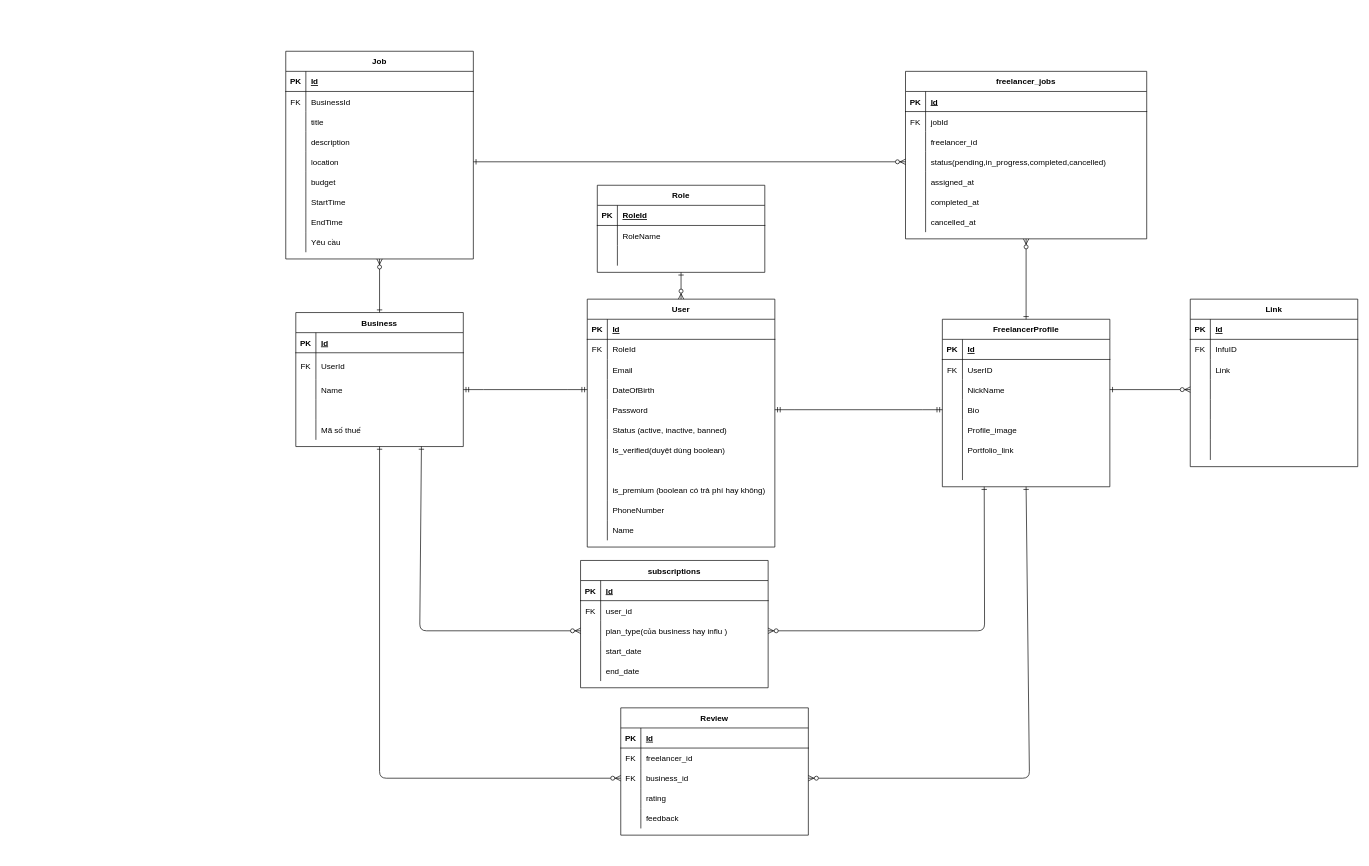
This is Biểu đồ không có tiêu đề.drawio from carrotnie/exe2, a draw.io file, before an edit. Source tidied: cells renumbered, new cells numbered last; positions are measured from the earlier drawing's top-left corner, leaving out a move shared by most shapes. Both pictures are drawn from the tidied source at 67%, with x=0, y=0 at pixel (285, 51).
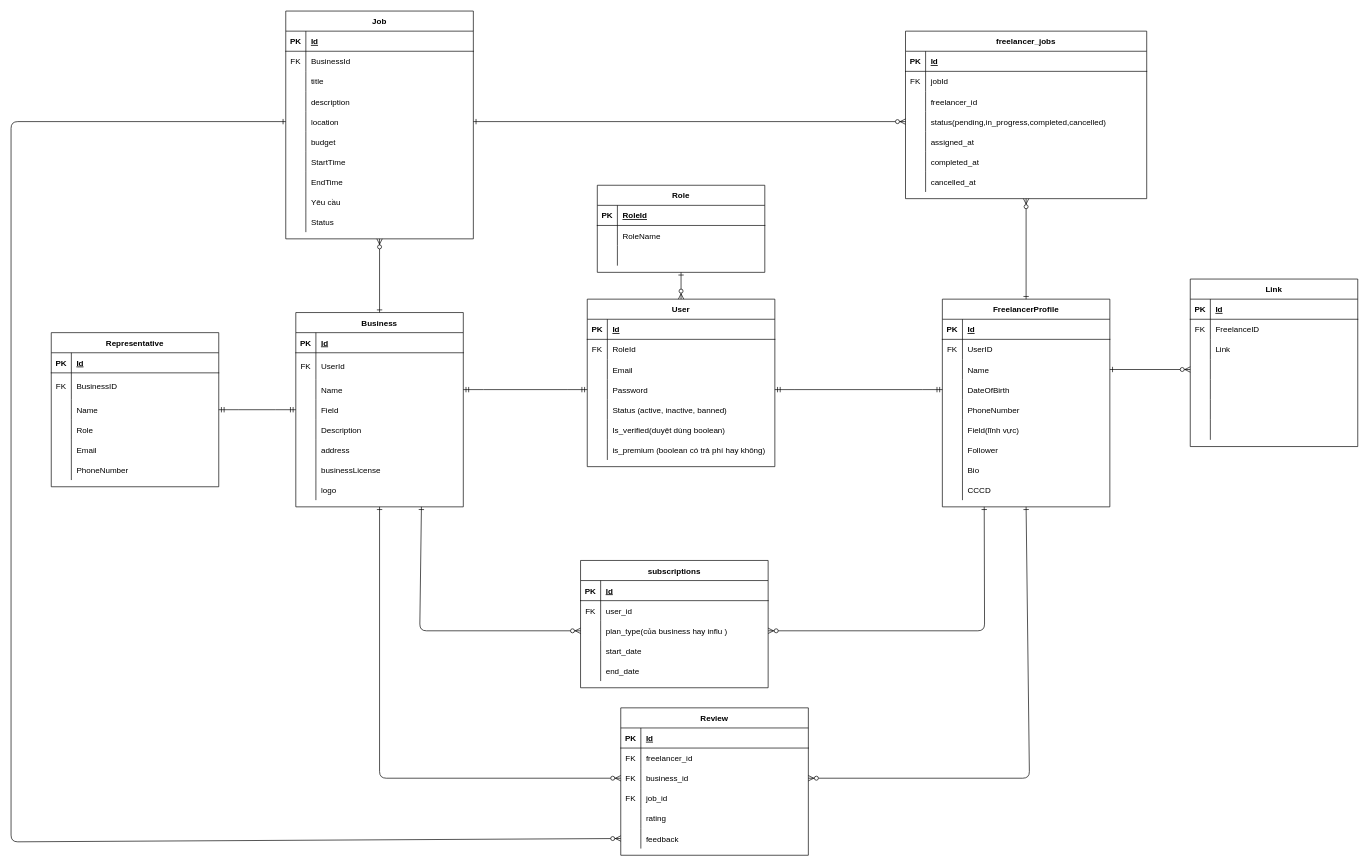
The same diagram, later.

Commit message:
Cập nhật Biểu đồ không có tiêu đề.drawio

The change refers to these unchanged cells:
```xml
<mxCell id="9" style="shape=partialRectangle;fillColor=none;points=[[0,0.5],[1,0.5]];portConstraint=eastwest;top=0;left=0;right=0;bottom=0;" parent="2" vertex="1">
  <mxGeometry y="90" width="250" height="30" as="geometry" />
</mxCell>
<mxCell id="12" style="shape=partialRectangle;fillColor=none;points=[[0,0.5],[1,0.5]];portConstraint=eastwest;top=0;left=0;right=0;bottom=0;" parent="2" vertex="1">
  <mxGeometry y="120" width="250" height="30" as="geometry" />
</mxCell>
<mxCell id="15" style="shape=partialRectangle;fillColor=none;top=0;left=0;right=0;bottom=0;" parent="2" vertex="1">
  <mxGeometry y="150" width="250" height="30" as="geometry" />
</mxCell>
<mxCell id="18" style="shape=partialRectangle;fillColor=none;top=0;left=0;right=0;bottom=0;" parent="2" vertex="1">
  <mxGeometry y="180" width="250" height="30" as="geometry" />
</mxCell>
<mxCell id="21" style="shape=partialRectangle;fillColor=none;top=0;left=0;right=0;bottom=0;" parent="2" vertex="1">
  <mxGeometry y="210" width="250" height="30" as="geometry" />
</mxCell>
<mxCell id="76" style="shape=partialRectangle;fillColor=none;points=[[0,0.5],[1,0.5]];portConstraint=eastwest;top=0;left=0;right=0;bottom=0;" parent="69" vertex="1">
  <mxGeometry y="100" width="250" height="30" as="geometry" />
</mxCell>
<mxCell id="79" style="shape=partialRectangle;fillColor=none;points=[[0,0.5],[1,0.5]];portConstraint=eastwest;top=0;left=0;right=0;bottom=0;" parent="69" vertex="1">
  <mxGeometry y="130" width="250" height="30" as="geometry" />
</mxCell>
<mxCell id="82" style="shape=partialRectangle;fillColor=none;top=0;left=0;right=0;bottom=0;" parent="69" vertex="1">
  <mxGeometry y="160" width="250" height="30" as="geometry" />
</mxCell>
<mxCell id="100" style="shape=partialRectangle;fillColor=none;points=[[0,0.5],[1,0.5]];portConstraint=eastwest;top=0;left=0;right=0;bottom=0;" parent="87" vertex="1">
  <mxGeometry y="150" width="280" height="30" as="geometry" />
</mxCell>
<mxCell id="180" style="shape=partialRectangle;fillColor=none;top=0;left=0;right=0;bottom=0;" parent="176" vertex="1">
  <mxGeometry y="60" width="250" height="30" as="geometry" />
</mxCell>
```

What changed in the source:
```diff
@@
     <mxCell id="2" value="FreelancerProfile" style="shape=table;startSize=30;childLayout=tableLayout;rowLines=0;fontStyle=1;align=center;" parent="1" vertex="1">
-      <mxGeometry x="980" y="400" width="250" height="250" as="geometry" />
+      <mxGeometry x="980" y="370" width="250" height="310" as="geometry" />
     </mxCell>
@@
-    <mxCell id="11" value="NickName" style="shape=partialRectangle;overflow=hidden;fillColor=none;top=0;left=0;bottom=0;right=0;align=left;spacingLeft=6;" parent="9" vertex="1">
+    <mxCell id="11" value="Name" style="shape=partialRectangle;overflow=hidden;fillColor=none;top=0;left=0;bottom=0;right=0;align=left;spacingLeft=6;" parent="9" vertex="1">
       <mxGeometry x="30" width="220" height="30" as="geometry" />
     </mxCell>
@@
-    <mxCell id="14" value="Bio" style="shape=partialRectangle;overflow=hidden;fillColor=none;top=0;left=0;bottom=0;right=0;align=left;spacingLeft=6;" parent="12" vertex="1">
+    <mxCell id="14" value="DateOfBirth" style="shape=partialRectangle;overflow=hidden;fillColor=none;top=0;left=0;bottom=0;right=0;align=left;spacingLeft=6;" parent="12" vertex="1">
       <mxGeometry x="30" width="220" height="30" as="geometry" />
     </mxCell>
@@
-    <mxCell id="17" value="Profile_image" style="shape=partialRectangle;overflow=hidden;fillColor=none;top=0;left=0;bottom=0;right=0;align=left;spacingLeft=6;" parent="15" vertex="1">
+    <mxCell id="17" value="PhoneNumber" style="shape=partialRectangle;overflow=hidden;fillColor=none;top=0;left=0;bottom=0;right=0;align=left;spacingLeft=6;" parent="15" vertex="1">
       <mxGeometry x="30" width="220" height="30" as="geometry" />
     </mxCell>
@@
-    <mxCell id="20" value="Portfolio_link" style="shape=partialRectangle;overflow=hidden;fillColor=none;top=0;left=0;bottom=0;right=0;align=left;spacingLeft=6;" parent="18" vertex="1">
+    <mxCell id="20" value="Field(lĩnh vực)" style="shape=partialRectangle;overflow=hidden;fillColor=none;top=0;left=0;bottom=0;right=0;align=left;spacingLeft=6;" parent="18" vertex="1">
       <mxGeometry x="30" width="220" height="30" as="geometry" />
     </mxCell>
@@
-    <mxCell id="23" style="shape=partialRectangle;overflow=hidden;fillColor=none;top=0;left=0;bottom=0;right=0;align=left;spacingLeft=6;" parent="21" vertex="1">
+    <mxCell id="23" value="Follower" style="shape=partialRectangle;overflow=hidden;fillColor=none;top=0;left=0;bottom=0;right=0;align=left;spacingLeft=6;" parent="21" vertex="1">
       <mxGeometry x="30" width="220" height="30" as="geometry" />
     </mxCell>
+    <mxCell id="199" style="shape=partialRectangle;fillColor=none;top=0;left=0;right=0;bottom=0;" parent="2" vertex="1">
+      <mxGeometry y="240" width="250" height="30" as="geometry" />
+    </mxCell>
+    <mxCell id="200" style="shape=partialRectangle;overflow=hidden;fillColor=none;top=0;left=0;bottom=0;right=0;" parent="199" vertex="1">
+      <mxGeometry width="30" height="30" as="geometry" />
+    </mxCell>
+    <mxCell id="201" value="Bio" style="shape=partialRectangle;overflow=hidden;fillColor=none;top=0;left=0;bottom=0;right=0;align=left;spacingLeft=6;" parent="199" vertex="1">
+      <mxGeometry x="30" width="220" height="30" as="geometry" />
+    </mxCell>
+    <mxCell id="202" style="shape=partialRectangle;fillColor=none;top=0;left=0;right=0;bottom=0;" parent="2" vertex="1">
+      <mxGeometry y="270" width="250" height="30" as="geometry" />
+    </mxCell>
+    <mxCell id="203" style="shape=partialRectangle;overflow=hidden;fillColor=none;top=0;left=0;bottom=0;right=0;" parent="202" vertex="1">
+      <mxGeometry width="30" height="30" as="geometry" />
+    </mxCell>
+    <mxCell id="204" value="CCCD" style="shape=partialRectangle;overflow=hidden;fillColor=none;top=0;left=0;bottom=0;right=0;align=left;spacingLeft=6;" parent="202" vertex="1">
+      <mxGeometry x="30" width="220" height="30" as="geometry" />
+    </mxCell>
@@
     <mxCell id="34" value="User" style="shape=table;startSize=30;childLayout=tableLayout;rowLines=0;fontStyle=1;align=center;" parent="1" vertex="1">
-      <mxGeometry x="450" y="370" width="280" height="370" as="geometry" />
+      <mxGeometry x="450" y="370" width="280" height="250" as="geometry" />
     </mxCell>
@@
-    <mxCell id="44" style="shape=partialRectangle;fillColor=none;points=[[0,0.5],[1,0.5]];portConstraint=eastwest;top=0;left=0;right=0;bottom=0;" parent="34" vertex="1">
-      <mxGeometry y="120" width="280" height="30" as="geometry" />
-    </mxCell>
-    <mxCell id="45" style="shape=partialRectangle;overflow=hidden;fillColor=none;top=0;left=0;bottom=0;right=0;" parent="44" vertex="1">
-      <mxGeometry width="30" height="30" as="geometry" />
-    </mxCell>
-    <mxCell id="46" value="DateOfBirth " style="shape=partialRectangle;overflow=hidden;fillColor=none;top=0;left=0;bottom=0;right=0;align=left;spacingLeft=6;" parent="44" vertex="1">
-      <mxGeometry x="30" width="250" height="30" as="geometry" />
-    </mxCell>
     <mxCell id="47" style="shape=partialRectangle;fillColor=none;points=[[0,0.5],[1,0.5]];portConstraint=eastwest;top=0;left=0;right=0;bottom=0;" parent="34" vertex="1">
-      <mxGeometry y="150" width="280" height="30" as="geometry" />
+      <mxGeometry y="120" width="280" height="30" as="geometry" />
     </mxCell>
@@
     <mxCell id="50" style="shape=partialRectangle;fillColor=none;top=0;left=0;right=0;bottom=0;" parent="34" vertex="1">
-      <mxGeometry y="180" width="280" height="30" as="geometry" />
+      <mxGeometry y="150" width="280" height="30" as="geometry" />
     </mxCell>
@@
     <mxCell id="53" style="shape=partialRectangle;fillColor=none;top=0;left=0;right=0;bottom=0;" parent="34" vertex="1">
-      <mxGeometry y="210" width="280" height="30" as="geometry" />
+      <mxGeometry y="180" width="280" height="30" as="geometry" />
     </mxCell>
@@
-    <mxCell id="56" style="shape=partialRectangle;fillColor=none;top=0;left=0;right=0;bottom=0;" parent="34" vertex="1">
-      <mxGeometry y="240" width="280" height="30" as="geometry" />
-    </mxCell>
-    <mxCell id="57" style="shape=partialRectangle;overflow=hidden;fillColor=none;top=0;left=0;bottom=0;right=0;" parent="56" vertex="1">
-      <mxGeometry width="30" height="30" as="geometry" />
-    </mxCell>
-    <mxCell id="58" style="shape=partialRectangle;overflow=hidden;fillColor=none;top=0;left=0;bottom=0;right=0;align=left;spacingLeft=6;" parent="56" vertex="1">
-      <mxGeometry x="30" width="250" height="30" as="geometry" />
-    </mxCell>
     <mxCell id="59" style="shape=partialRectangle;fillColor=none;top=0;left=0;right=0;bottom=0;" parent="34" vertex="1">
-      <mxGeometry y="270" width="280" height="30" as="geometry" />
+      <mxGeometry y="210" width="280" height="30" as="geometry" />
     </mxCell>
@@
-    <mxCell id="62" style="shape=partialRectangle;fillColor=none;top=0;left=0;right=0;bottom=0;" parent="34" vertex="1">
-      <mxGeometry y="300" width="280" height="30" as="geometry" />
-    </mxCell>
-    <mxCell id="63" style="shape=partialRectangle;overflow=hidden;fillColor=none;top=0;left=0;bottom=0;right=0;" parent="62" vertex="1">
-      <mxGeometry width="30" height="30" as="geometry" />
-    </mxCell>
-    <mxCell id="64" value="PhoneNumber" style="shape=partialRectangle;overflow=hidden;fillColor=none;top=0;left=0;bottom=0;right=0;align=left;spacingLeft=6;" parent="62" vertex="1">
-      <mxGeometry x="30" width="250" height="30" as="geometry" />
-    </mxCell>
-    <mxCell id="65" style="shape=partialRectangle;fillColor=none;top=0;left=0;right=0;bottom=0;" parent="34" vertex="1">
-      <mxGeometry y="330" width="280" height="30" as="geometry" />
-    </mxCell>
-    <mxCell id="66" style="shape=partialRectangle;overflow=hidden;fillColor=none;top=0;left=0;bottom=0;right=0;" parent="65" vertex="1">
-      <mxGeometry width="30" height="30" as="geometry" />
-    </mxCell>
-    <mxCell id="67" value="Name" style="shape=partialRectangle;overflow=hidden;fillColor=none;top=0;left=0;bottom=0;right=0;align=left;spacingLeft=6;" parent="65" vertex="1">
-      <mxGeometry x="30" width="250" height="30" as="geometry" />
-    </mxCell>
@@
     <mxCell id="69" value="Business" style="shape=table;startSize=30;childLayout=tableLayout;rowLines=0;fontStyle=1;align=center;" parent="1" vertex="1">
-      <mxGeometry x="15" y="390" width="250" height="200" as="geometry" />
+      <mxGeometry x="15" y="390" width="250" height="290" as="geometry" />
     </mxCell>
@@
-    <mxCell id="81" style="shape=partialRectangle;overflow=hidden;fillColor=none;top=0;left=0;bottom=0;right=0;align=left;spacingLeft=6;" parent="79" vertex="1">
+    <mxCell id="81" value="Field" style="shape=partialRectangle;overflow=hidden;fillColor=none;top=0;left=0;bottom=0;right=0;align=left;spacingLeft=6;" parent="79" vertex="1">
       <mxGeometry x="30" width="220" height="30" as="geometry" />
     </mxCell>
@@
-    <mxCell id="84" value="Mã số thuế " style="shape=partialRectangle;overflow=hidden;fillColor=none;top=0;left=0;bottom=0;right=0;align=left;spacingLeft=6;" parent="82" vertex="1">
+    <mxCell id="84" value="Description" style="shape=partialRectangle;overflow=hidden;fillColor=none;top=0;left=0;bottom=0;right=0;align=left;spacingLeft=6;" parent="82" vertex="1">
       <mxGeometry x="30" width="220" height="30" as="geometry" />
     </mxCell>
+    <mxCell id="205" style="shape=partialRectangle;fillColor=none;top=0;left=0;right=0;bottom=0;" parent="69" vertex="1">
+      <mxGeometry y="190" width="250" height="30" as="geometry" />
+    </mxCell>
+    <mxCell id="206" style="shape=partialRectangle;overflow=hidden;fillColor=none;top=0;left=0;bottom=0;right=0;" parent="205" vertex="1">
+      <mxGeometry width="30" height="30" as="geometry" />
+    </mxCell>
+    <mxCell id="207" value="address" style="shape=partialRectangle;overflow=hidden;fillColor=none;top=0;left=0;bottom=0;right=0;align=left;spacingLeft=6;" parent="205" vertex="1">
+      <mxGeometry x="30" width="220" height="30" as="geometry" />
+    </mxCell>
+    <mxCell id="208" style="shape=partialRectangle;fillColor=none;top=0;left=0;right=0;bottom=0;" parent="69" vertex="1">
+      <mxGeometry y="220" width="250" height="30" as="geometry" />
+    </mxCell>
+    <mxCell id="209" style="shape=partialRectangle;overflow=hidden;fillColor=none;top=0;left=0;bottom=0;right=0;" parent="208" vertex="1">
+      <mxGeometry width="30" height="30" as="geometry" />
+    </mxCell>
+    <mxCell id="210" value="businessLicense" style="shape=partialRectangle;overflow=hidden;fillColor=none;top=0;left=0;bottom=0;right=0;align=left;spacingLeft=6;" parent="208" vertex="1">
+      <mxGeometry x="30" width="220" height="30" as="geometry" />
+    </mxCell>
+    <mxCell id="211" style="shape=partialRectangle;fillColor=none;top=0;left=0;right=0;bottom=0;" parent="69" vertex="1">
+      <mxGeometry y="250" width="250" height="30" as="geometry" />
+    </mxCell>
+    <mxCell id="212" style="shape=partialRectangle;overflow=hidden;fillColor=none;top=0;left=0;bottom=0;right=0;" parent="211" vertex="1">
+      <mxGeometry width="30" height="30" as="geometry" />
+    </mxCell>
+    <mxCell id="213" value="logo" style="shape=partialRectangle;overflow=hidden;fillColor=none;top=0;left=0;bottom=0;right=0;align=left;spacingLeft=6;" parent="211" vertex="1">
+      <mxGeometry x="30" width="220" height="30" as="geometry" />
+    </mxCell>
@@
-    <mxCell id="86" style="edgeStyle=entityRelationEdgeStyle;fontSize=12;html=1;endArrow=ERmandOne;startArrow=ERmandOne;rounded=0;exitX=1;exitY=0.5;exitDx=0;exitDy=0;entryX=0;entryY=0.5;entryDx=0;entryDy=0;" parent="1" edge="1" source="76" target="44">
+    <mxCell id="86" style="edgeStyle=entityRelationEdgeStyle;fontSize=12;html=1;endArrow=ERmandOne;startArrow=ERmandOne;rounded=0;exitX=1;exitY=0.5;exitDx=0;exitDy=0;entryX=0;entryY=0.5;entryDx=0;entryDy=0;" parent="1" edge="1" source="76" target="47">
       <mxGeometry relative="1" as="geometry" />
     </mxCell>
     <mxCell id="87" value="Job" style="shape=table;startSize=30;childLayout=tableLayout;rowLines=0;fontStyle=1;align=center;" parent="1" vertex="1">
-      <mxGeometry width="280" height="310" as="geometry" />
+      <mxGeometry y="-60" width="280" height="340" as="geometry" />
     </mxCell>
@@
+    <mxCell id="62" style="shape=partialRectangle;fillColor=none;top=0;left=0;right=0;bottom=0;" parent="87" vertex="1">
+      <mxGeometry y="300" width="280" height="30" as="geometry" />
+    </mxCell>
+    <mxCell id="214" style="shape=partialRectangle;overflow=hidden;fillColor=none;top=0;left=0;bottom=0;right=0;" parent="62" vertex="1">
+      <mxGeometry width="30" height="30" as="geometry" />
+    </mxCell>
+    <mxCell id="215" value="Status " style="shape=partialRectangle;overflow=hidden;fillColor=none;top=0;left=0;bottom=0;right=0;align=left;spacingLeft=6;" parent="62" vertex="1">
+      <mxGeometry x="30" width="250" height="30" as="geometry" />
+    </mxCell>
     <mxCell id="115" value="Review" style="shape=table;startSize=30;childLayout=tableLayout;rowLines=0;fontStyle=1;align=center;" parent="1" vertex="1">
-      <mxGeometry x="500" y="980" width="280" height="190" as="geometry" />
+      <mxGeometry x="500" y="980" width="280" height="220" as="geometry" />
     </mxCell>
@@
+    <mxCell id="44" style="shape=partialRectangle;fillColor=none;points=[[0,0.5],[1,0.5]];portConstraint=eastwest;top=0;left=0;right=0;bottom=0;" parent="115" vertex="1">
+      <mxGeometry y="120" width="280" height="30" as="geometry" />
+    </mxCell>
+    <mxCell id="216" value="FK" style="shape=partialRectangle;overflow=hidden;fillColor=none;top=0;left=0;bottom=0;right=0;" parent="44" vertex="1">
+      <mxGeometry width="30" height="30" as="geometry" />
+    </mxCell>
+    <mxCell id="217" value="job_id" style="shape=partialRectangle;overflow=hidden;fillColor=none;top=0;left=0;bottom=0;right=0;align=left;spacingLeft=6;" parent="44" vertex="1">
+      <mxGeometry x="30" width="250" height="30" as="geometry" />
+    </mxCell>
     <mxCell id="125" style="shape=partialRectangle;fillColor=none;top=0;left=0;right=0;bottom=0;" parent="115" vertex="1">
-      <mxGeometry y="120" width="280" height="30" as="geometry" />
+      <mxGeometry y="150" width="280" height="30" as="geometry" />
     </mxCell>
@@
     <mxCell id="128" style="shape=partialRectangle;fillColor=none;points=[[0,0.5],[1,0.5]];portConstraint=eastwest;top=0;left=0;right=0;bottom=0;" parent="115" vertex="1">
-      <mxGeometry y="150" width="280" height="30" as="geometry" />
+      <mxGeometry y="180" width="280" height="30" as="geometry" />
     </mxCell>
@@
     <mxCell id="152" value="freelancer_jobs" style="shape=table;startSize=30;childLayout=tableLayout;rowLines=0;fontStyle=1;align=center;" parent="1" vertex="1">
-      <mxGeometry x="925" y="30" width="360" height="250" as="geometry" />
+      <mxGeometry x="925" y="-30" width="360" height="250" as="geometry" />
     </mxCell>
@@
     <mxCell id="176" value="Link" style="shape=table;startSize=30;childLayout=tableLayout;rowLines=0;fontStyle=1;align=center;" parent="1" vertex="1">
-      <mxGeometry x="1350" y="370" width="250" height="250" as="geometry" />
+      <mxGeometry x="1350" y="340" width="250" height="250" as="geometry" />
     </mxCell>
@@
-    <mxCell id="182" value="InfuID" style="shape=partialRectangle;overflow=hidden;fillColor=none;top=0;left=0;bottom=0;right=0;align=left;spacingLeft=6;" parent="180" vertex="1">
+    <mxCell id="182" value="FreelanceID" style="shape=partialRectangle;overflow=hidden;fillColor=none;top=0;left=0;bottom=0;right=0;align=left;spacingLeft=6;" parent="180" vertex="1">
       <mxGeometry x="30" width="220" height="30" as="geometry" />
     </mxCell>
@@
+    <mxCell id="218" value="Representative" style="shape=table;startSize=30;childLayout=tableLayout;rowLines=0;fontStyle=1;align=center;" parent="1" vertex="1">
+      <mxGeometry x="-350" y="420" width="250" height="230" as="geometry" />
+    </mxCell>
+    <mxCell id="219" style="shape=partialRectangle;fillColor=none;top=0;left=0;right=0;bottom=1;" parent="218" vertex="1">
+      <mxGeometry y="30" width="250" height="30" as="geometry" />
+    </mxCell>
+    <mxCell id="220" value="PK" style="shape=partialRectangle;overflow=hidden;fillColor=none;top=0;left=0;bottom=0;right=0;fontStyle=1;" parent="219" vertex="1">
+      <mxGeometry width="30" height="30" as="geometry" />
+    </mxCell>
+    <mxCell id="221" value="Id" style="shape=partialRectangle;overflow=hidden;fillColor=none;top=0;left=0;bottom=0;right=0;align=left;spacingLeft=6;fontStyle=5;" parent="219" vertex="1">
+      <mxGeometry x="30" width="220" height="30" as="geometry" />
+    </mxCell>
+    <mxCell id="222" style="shape=partialRectangle;fillColor=none;top=0;left=0;right=0;bottom=0;" parent="218" vertex="1">
+      <mxGeometry y="60" width="250" height="40" as="geometry" />
+    </mxCell>
+    <mxCell id="223" value="FK" style="shape=partialRectangle;overflow=hidden;fillColor=none;top=0;left=0;bottom=0;right=0;" parent="222" vertex="1">
+      <mxGeometry width="30" height="40" as="geometry" />
+    </mxCell>
+    <mxCell id="224" value="BusinessID" style="shape=partialRectangle;overflow=hidden;fillColor=none;top=0;left=0;bottom=0;right=0;align=left;spacingLeft=6;" parent="222" vertex="1">
+      <mxGeometry x="30" width="220" height="40" as="geometry" />
+    </mxCell>
+    <mxCell id="225" style="shape=partialRectangle;fillColor=none;points=[[0,0.5],[1,0.5]];portConstraint=eastwest;top=0;left=0;right=0;bottom=0;" parent="218" vertex="1">
+      <mxGeometry y="100" width="250" height="30" as="geometry" />
+    </mxCell>
+    <mxCell id="226" style="shape=partialRectangle;overflow=hidden;fillColor=none;top=0;left=0;bottom=0;right=0;" parent="225" vertex="1">
+      <mxGeometry width="30" height="30" as="geometry" />
+    </mxCell>
+    <mxCell id="67" value="Name" style="shape=partialRectangle;overflow=hidden;fillColor=none;top=0;left=0;bottom=0;right=0;align=left;spacingLeft=6;" parent="225" vertex="1">
+      <mxGeometry x="30" width="220" height="30" as="geometry" />
+    </mxCell>
+    <mxCell id="227" style="shape=partialRectangle;fillColor=none;top=0;left=0;right=0;bottom=0;" parent="218" vertex="1">
+      <mxGeometry y="130" width="250" height="30" as="geometry" />
+    </mxCell>
+    <mxCell id="228" style="shape=partialRectangle;overflow=hidden;fillColor=none;top=0;left=0;bottom=0;right=0;" parent="227" vertex="1">
+      <mxGeometry width="30" height="30" as="geometry" />
+    </mxCell>
+    <mxCell id="229" value="Role" style="shape=partialRectangle;overflow=hidden;fillColor=none;top=0;left=0;bottom=0;right=0;align=left;spacingLeft=6;" parent="227" vertex="1">
+      <mxGeometry x="30" width="220" height="30" as="geometry" />
+    </mxCell>
+    <mxCell id="230" style="shape=partialRectangle;fillColor=none;top=0;left=0;right=0;bottom=0;" parent="218" vertex="1">
+      <mxGeometry y="160" width="250" height="30" as="geometry" />
+    </mxCell>
+    <mxCell id="231" style="shape=partialRectangle;overflow=hidden;fillColor=none;top=0;left=0;bottom=0;right=0;" parent="230" vertex="1">
+      <mxGeometry width="30" height="30" as="geometry" />
+    </mxCell>
+    <mxCell id="232" value="Email" style="shape=partialRectangle;overflow=hidden;fillColor=none;top=0;left=0;bottom=0;right=0;align=left;spacingLeft=6;" parent="230" vertex="1">
+      <mxGeometry x="30" width="220" height="30" as="geometry" />
+    </mxCell>
+    <mxCell id="233" style="shape=partialRectangle;fillColor=none;top=0;left=0;right=0;bottom=0;" parent="218" vertex="1">
+      <mxGeometry y="190" width="250" height="30" as="geometry" />
+    </mxCell>
+    <mxCell id="234" style="shape=partialRectangle;overflow=hidden;fillColor=none;top=0;left=0;bottom=0;right=0;" parent="233" vertex="1">
+      <mxGeometry width="30" height="30" as="geometry" />
+    </mxCell>
+    <mxCell id="64" value="PhoneNumber" style="shape=partialRectangle;overflow=hidden;fillColor=none;top=0;left=0;bottom=0;right=0;align=left;spacingLeft=6;" parent="233" vertex="1">
+      <mxGeometry x="30" width="220" height="30" as="geometry" />
+    </mxCell>
+    <mxCell id="235" style="edgeStyle=entityRelationEdgeStyle;fontSize=12;html=1;endArrow=ERmandOne;startArrow=ERmandOne;rounded=0;exitX=1;exitY=0.5;exitDx=0;exitDy=0;entryX=0;entryY=0.5;entryDx=0;entryDy=0;" parent="1" edge="1" source="225" target="79">
+      <mxGeometry relative="1" as="geometry" />
+    </mxCell>
+    <mxCell id="236" style="endArrow=ERzeroToMany;startArrow=ERone;endFill=1;startFill=0;exitX=0;exitY=0.5;exitDx=0;exitDy=0;entryX=0;entryY=0.5;entryDx=0;entryDy=0;" parent="1" edge="1" source="100" target="128">
+      <mxGeometry relative="1" as="geometry">
+        <Array as="points">
+          <mxPoint x="-410" y="105" />
+          <mxPoint x="-410" y="1180" />
+        </Array>
+      </mxGeometry>
+    </mxCell>
```
